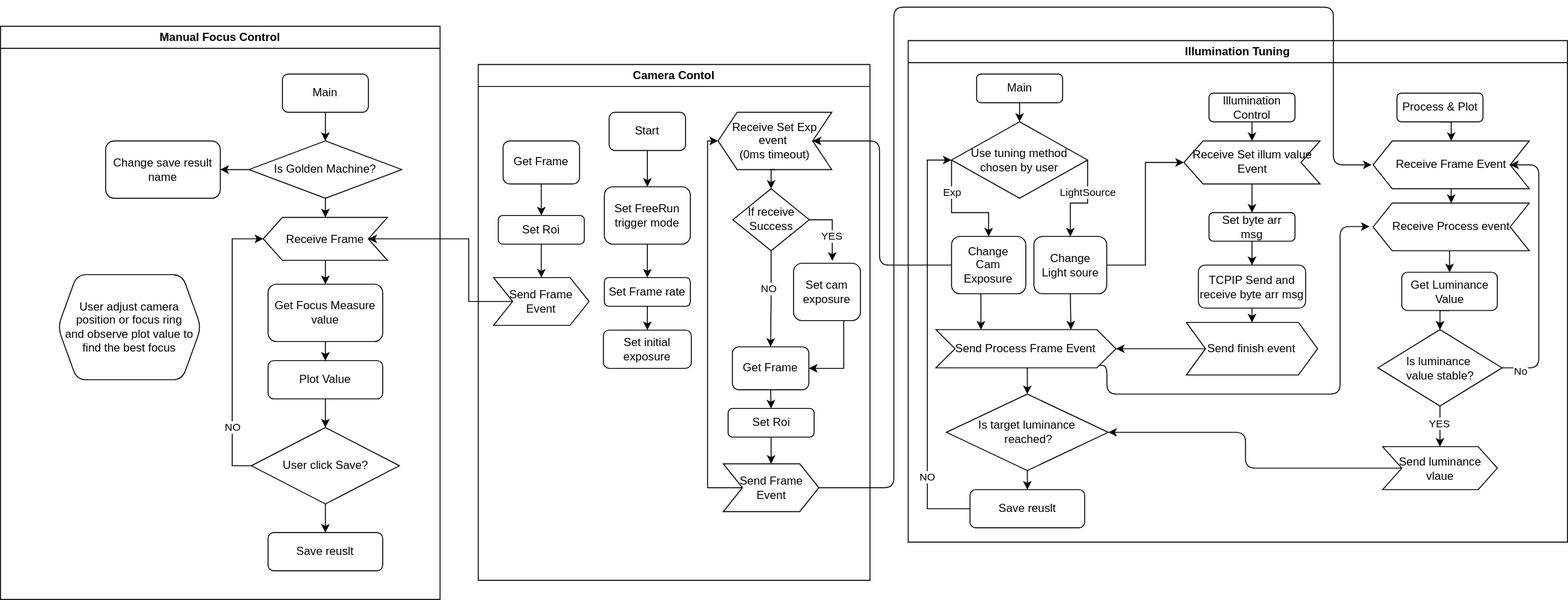
TONiiV/flowcharts keeps this draw.io diagram as VSAM1.drawio.svg. Above is the earlier version. Source tidied: cells renumbered, new cells last; positions are measured from the earlier drawing's top-left corner, leaving out a move shared by most shapes.
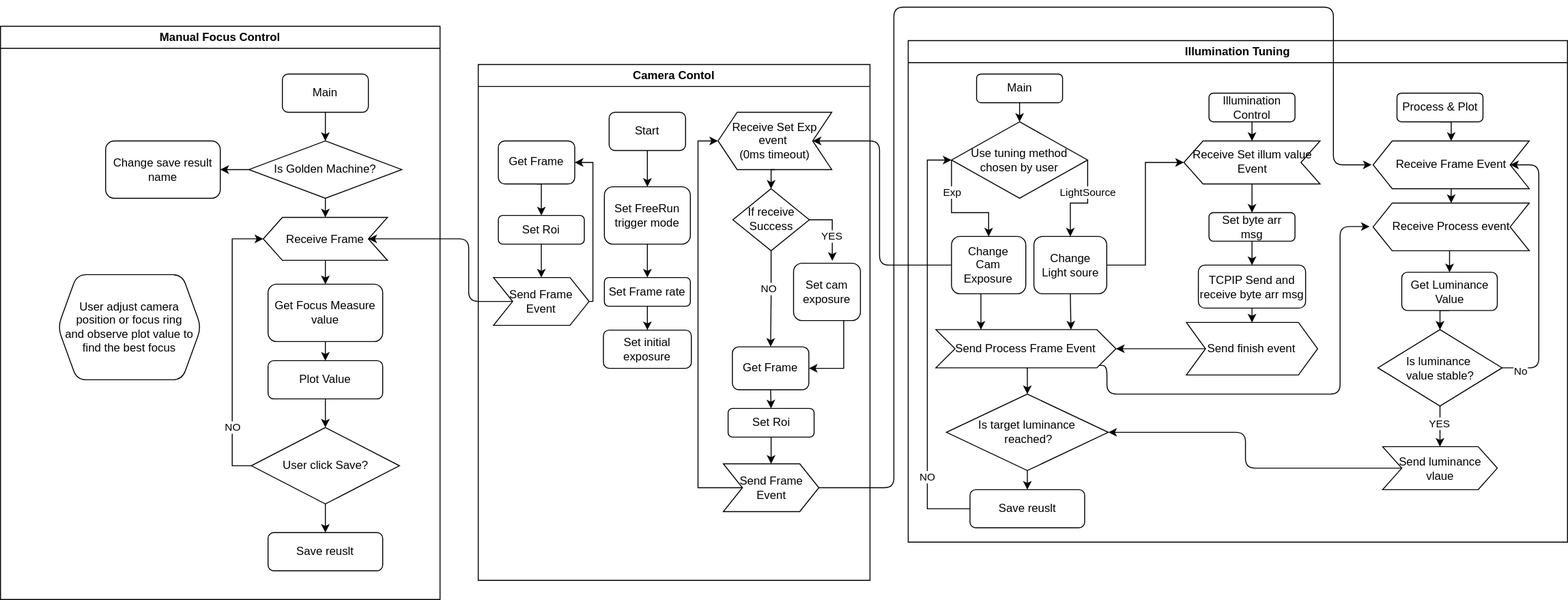
After the commit.

Diff of the diagram source:
```diff
@@ -226,8 +226,8 @@
     <mxCell id="63" style="edgeStyle=orthogonalEdgeStyle;rounded=0;jettySize=auto;html=1;entryX=0;entryY=0.5;entryDx=0;entryDy=0;" parent="49" edge="1" source="62" target="60">
       <mxGeometry relative="1" as="geometry">
         <Array as="points">
-          <mxPoint x="240" y="443" />
-          <mxPoint x="240" y="80" />
+          <mxPoint x="230" y="443" />
+          <mxPoint x="230" y="80" />
         </Array>
       </mxGeometry>
     </mxCell>
@@ -235,7 +235,7 @@
       <mxGeometry relative="1" as="geometry" />
     </mxCell>
     <mxCell id="65" value="Get Frame" style="rounded=1;whiteSpace=wrap;html=1;" parent="49" vertex="1">
-      <mxGeometry x="26" y="80" width="80" height="45" as="geometry" />
+      <mxGeometry x="21" y="80" width="80" height="45" as="geometry" />
     </mxCell>
     <mxCell id="66" style="edgeStyle=orthogonalEdgeStyle;rounded=0;jettySize=auto;html=1;exitX=0.5;exitY=1;exitDx=0;exitDy=0;entryX=0.5;entryY=0;entryDx=0;entryDy=0;" parent="49" edge="1" source="67" target="68">
       <mxGeometry relative="1" as="geometry" />
@@ -243,6 +243,14 @@
     <mxCell id="67" value="Set Roi" style="rounded=1;whiteSpace=wrap;html=1;" parent="49" vertex="1">
       <mxGeometry x="21" y="158" width="90" height="30" as="geometry" />
     </mxCell>
+    <mxCell id="98" style="edgeStyle=orthogonalEdgeStyle;rounded=0;jettySize=auto;html=1;exitX=1;exitY=0.5;exitDx=0;exitDy=0;entryX=1;entryY=0.5;entryDx=0;entryDy=0;" parent="49" edge="1" source="68" target="65">
+      <mxGeometry relative="1" as="geometry">
+        <Array as="points">
+          <mxPoint x="120" y="248" />
+          <mxPoint x="120" y="103" />
+        </Array>
+      </mxGeometry>
+    </mxCell>
     <mxCell id="68" value="Send Frame Event" style="rounded=0;whiteSpace=wrap;html=1;shape=step;perimeter=stepPerimeter;fixedSize=1;" parent="49" vertex="1">
       <mxGeometry x="16" y="223" width="100" height="50" as="geometry" />
     </mxCell>
@@ -340,7 +348,7 @@
     <mxCell id="96" value="Save reuslt" style="rounded=1;whiteSpace=wrap;html=1;" parent="78" vertex="1">
       <mxGeometry x="280" y="530" width="120" height="40" as="geometry" />
     </mxCell>
-    <mxCell id="97" style="edgeStyle=orthogonalEdgeStyle;rounded=0;jettySize=auto;html=1;exitX=0;exitY=0.5;exitDx=0;exitDy=0;entryX=1;entryY=0.5;entryDx=0;entryDy=0;" parent="1" edge="1" source="68" target="90">
+    <mxCell id="97" style="edgeStyle=orthogonalEdgeStyle;rounded=1;jettySize=auto;html=1;exitX=0;exitY=0.5;exitDx=0;exitDy=0;entryX=1;entryY=0.5;entryDx=0;entryDy=0;curved=0;" parent="1" edge="1" source="68" target="90">
       <mxGeometry relative="1" as="geometry">
         <Array as="points">
           <mxPoint x="490" y="308" />
```
